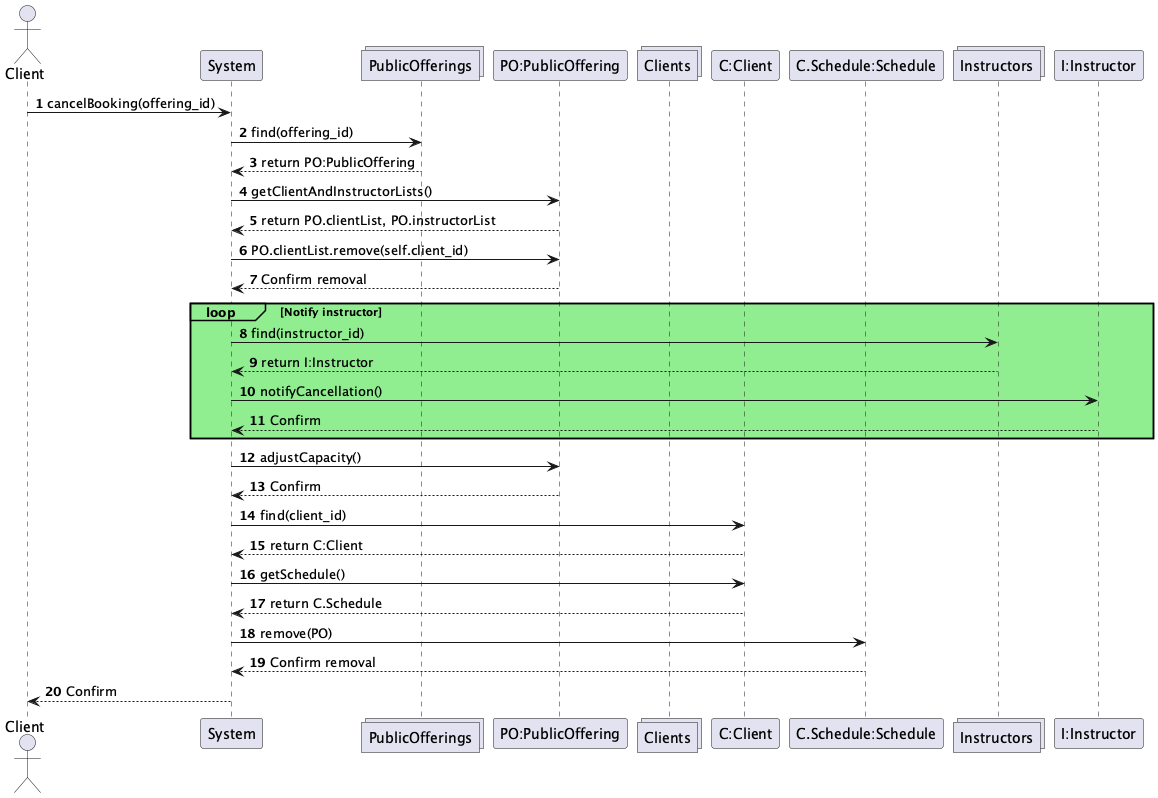
vibqetowi/soen-342-project keeps this PlantUML diagram as UML-Diagrams/Interaction/Client/Client-Interactions_003.png. Above is the earlier version. Its diagram source:
```plantuml
@startuml
actor Client
participant System
collections PublicOfferings
participant "PO:PublicOffering"
collections Clients
participant "C:Client"
participant "C.Schedule:Schedule"
collections Instructors
participant "I:Instructor"

autonumber

Client -> System : cancelBooking(offering_id)

System -> PublicOfferings : find(offering_id)
PublicOfferings --> System : return PO:PublicOffering

System -> "PO:PublicOffering" : getClientAndInstructorLists()
"PO:PublicOffering" --> System : return PO.clientList, PO.instructorList

System -> "PO:PublicOffering" : PO.clientList.remove(self.client_id)
"PO:PublicOffering" --> System : Confirm removal

    loop#LightGreen #LightGreen Notify instructor
        System -> Instructors : find(instructor_id)
        Instructors --> System : return I:Instructor
        System -> "I:Instructor" : notifyCancellation()
        "I:Instructor" --> System : Confirm
    end


System -> "PO:PublicOffering" : adjustCapacity()
"PO:PublicOffering" --> System : Confirm

System -> "C:Client" : find(client_id)
"C:Client" --> System : return C:Client
System -> "C:Client" : getSchedule()
"C:Client" --> System : return C.Schedule
System -> "C.Schedule:Schedule" : remove(PO)
"C.Schedule:Schedule" --> System : Confirm removal

System --> Client : Confirm

@enduml
```
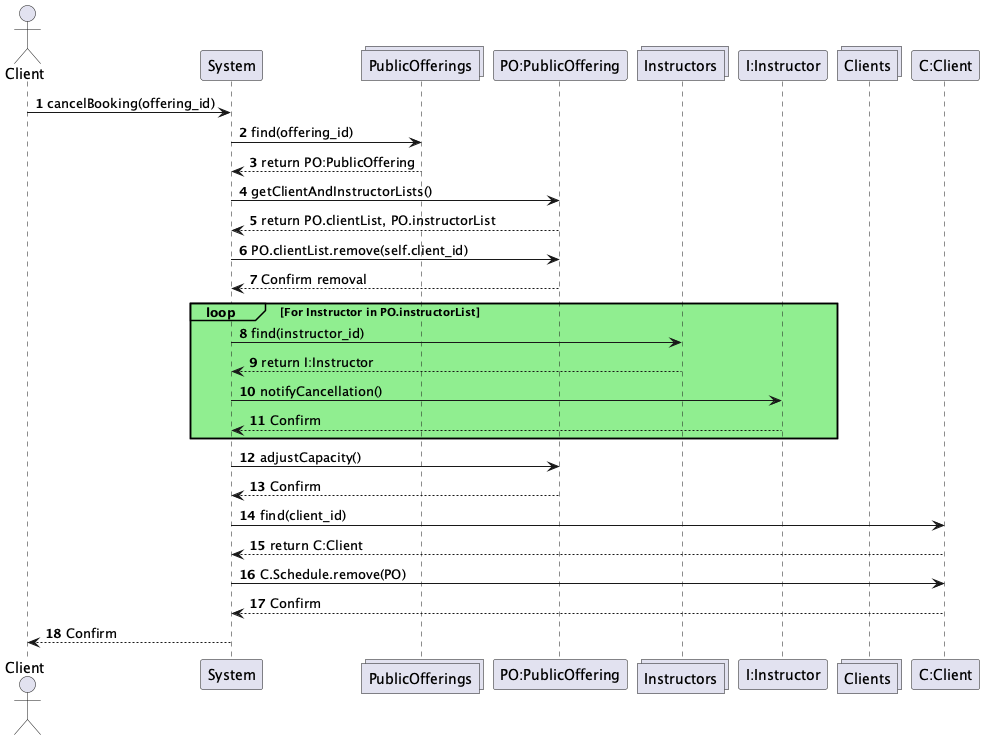
Later version of the same file.

Change to the diagram source:
```diff
@@ -3,11 +3,10 @@
 participant System
 collections PublicOfferings
 participant "PO:PublicOffering"
+collections Instructors
+participant "I:Instructor"
 collections Clients
 participant "C:Client"
-participant "C.Schedule:Schedule"
-collections Instructors
-participant "I:Instructor"
 
 autonumber
 
@@ -22,7 +21,7 @@
 System -> "PO:PublicOffering" : PO.clientList.remove(self.client_id)
 "PO:PublicOffering" --> System : Confirm removal
 
-    loop#LightGreen #LightGreen Notify instructor
+    loop#LightGreen #LightGreen For Instructor in PO.instructorList
         System -> Instructors : find(instructor_id)
         Instructors --> System : return I:Instructor
         System -> "I:Instructor" : notifyCancellation()
@@ -35,10 +34,8 @@
 
 System -> "C:Client" : find(client_id)
 "C:Client" --> System : return C:Client
-System -> "C:Client" : getSchedule()
-"C:Client" --> System : return C.Schedule
-System -> "C.Schedule:Schedule" : remove(PO)
-"C.Schedule:Schedule" --> System : Confirm removal
+System -> "C:Client" : C.Schedule.remove(PO)
+"C:Client" --> System : Confirm
 
 System --> Client : Confirm
 
```
